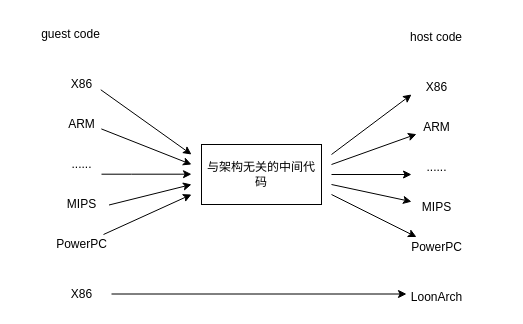
ganjue66da/ganjue66da keeps this draw.io diagram as page "Page-2" (2 of 20) of lajit.drawio. Above is the earlier version. Source tidied: cells renumbered, new cells numbered last; positions are measured from the earlier drawing's top-left corner, leaving out a move shared by most shapes. Both pictures are drawn from the tidied source at 100%, with x=0, y=0 at pixel (35, 22).
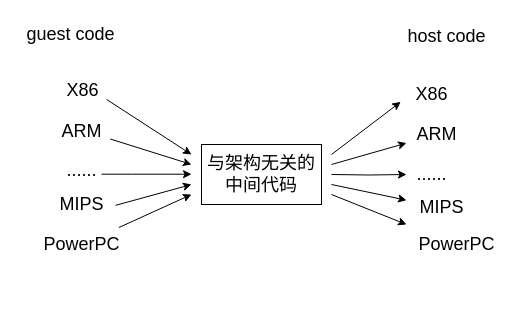
The same page after the edit.

Diff of the diagram source:
```diff
@@
-    <mxCell id="2" value="guest code" style="text;html=1;align=center;verticalAlign=middle;strokeColor=none;fillColor=none;" parent="1" vertex="1">
-      <mxGeometry y="2" width="70" height="20" as="geometry" />
+    <mxCell id="2" value="&lt;font style=&quot;font-size: 18px;&quot;&gt;guest code&lt;/font&gt;" style="text;html=1;align=center;verticalAlign=middle;strokeColor=none;fillColor=none;" parent="1" vertex="1">
+      <mxGeometry x="-18" y="-5" width="106" height="34" as="geometry" />
     </mxCell>
-    <mxCell id="3" value="host code" style="text;html=1;strokeColor=none;fillColor=none;align=center;verticalAlign=middle;whiteSpace=wrap;rounded=0;" parent="1" vertex="1">
-      <mxGeometry x="371" y="-0.5" width="60" height="30" as="geometry" />
+    <mxCell id="3" value="&lt;font style=&quot;font-size: 18px;&quot;&gt;host code&lt;/font&gt;" style="text;html=1;strokeColor=none;fillColor=none;align=center;verticalAlign=middle;whiteSpace=wrap;rounded=0;" parent="1" vertex="1">
+      <mxGeometry x="366" y="-1" width="91" height="30" as="geometry" />
     </mxCell>
-    <mxCell id="4" value="X86" style="text;html=1;align=center;verticalAlign=middle;points=[];strokeColor=none;fillColor=none;" parent="1" vertex="1">
-      <mxGeometry x="26" y="52" width="40" height="20" as="geometry" />
+    <mxCell id="4" value="&lt;font style=&quot;font-size: 18px;&quot;&gt;X86&lt;/font&gt;" style="text;html=1;align=center;verticalAlign=middle;points=[];strokeColor=none;fillColor=none;" parent="1" vertex="1">
+      <mxGeometry x="22" y="51" width="50" height="34" as="geometry" />
     </mxCell>
-    <mxCell id="5" value="ARM" style="text;html=1;align=center;verticalAlign=middle;points=[];strokeColor=none;fillColor=none;" parent="1" vertex="1">
-      <mxGeometry x="26" y="92" width="40" height="20" as="geometry" />
+    <mxCell id="5" value="&lt;font style=&quot;font-size: 18px;&quot;&gt;ARM&lt;/font&gt;" style="text;html=1;align=center;verticalAlign=middle;points=[];strokeColor=none;fillColor=none;" parent="1" vertex="1">
+      <mxGeometry x="17" y="92" width="58" height="34" as="geometry" />
     </mxCell>
-    <mxCell id="6" value="......" style="text;html=1;align=center;verticalAlign=middle;strokeColor=none;fillColor=none;" parent="1" vertex="1">
-      <mxGeometry x="26" y="132" width="40" height="20" as="geometry" />
+    <mxCell id="6" value="&lt;font style=&quot;font-size: 18px;&quot;&gt;......&lt;/font&gt;" style="text;html=1;align=center;verticalAlign=middle;strokeColor=none;fillColor=none;" parent="1" vertex="1">
+      <mxGeometry x="22" y="131" width="48" height="34" as="geometry" />
     </mxCell>
-    <mxCell id="7" value="MIPS" style="text;html=1;align=center;verticalAlign=middle;points=[];strokeColor=none;fillColor=none;" parent="1" vertex="1">
-      <mxGeometry x="21" y="172" width="50" height="20" as="geometry" />
+    <mxCell id="7" value="&lt;font style=&quot;font-size: 18px;&quot;&gt;MIPS&lt;/font&gt;" style="text;html=1;align=center;verticalAlign=middle;points=[];strokeColor=none;fillColor=none;" parent="1" vertex="1">
+      <mxGeometry x="15" y="165" width="62" height="34" as="geometry" />
     </mxCell>
-    <mxCell id="8" value="PowerPC" style="text;html=1;align=center;verticalAlign=middle;points=[];strokeColor=none;fillColor=none;" parent="1" vertex="1">
-      <mxGeometry x="11" y="212" width="70" height="20" as="geometry" />
+    <mxCell id="8" value="&lt;font style=&quot;font-size: 18px;&quot;&gt;PowerPC&lt;/font&gt;" style="text;html=1;align=center;verticalAlign=middle;points=[];strokeColor=none;fillColor=none;" parent="1" vertex="1">
+      <mxGeometry x="-1" y="205" width="94" height="34" as="geometry" />
     </mxCell>
-    <mxCell id="9" value="X86" style="text;html=1;align=center;verticalAlign=middle;strokeColor=none;fillColor=none;" parent="1" vertex="1">
-      <mxGeometry x="26" y="262" width="40" height="20" as="geometry" />
-    </mxCell>
-    <mxCell id="10" value="X86" style="text;html=1;align=center;verticalAlign=middle;points=[];strokeColor=none;fillColor=none;" parent="1" vertex="1">
-      <mxGeometry x="381" y="54.5" width="40" height="20" as="geometry" />
+    <mxCell id="10" value="&lt;font style=&quot;font-size: 18px;&quot;&gt;X86&lt;/font&gt;" style="text;html=1;align=center;verticalAlign=middle;points=[];strokeColor=none;fillColor=none;" parent="1" vertex="1">
+      <mxGeometry x="366" y="52" width="60" height="40" as="geometry" />
     </mxCell>
-    <mxCell id="11" value="ARM" style="text;html=1;align=center;verticalAlign=middle;points=[];strokeColor=none;fillColor=none;" parent="1" vertex="1">
-      <mxGeometry x="381" y="94.5" width="40" height="20" as="geometry" />
+    <mxCell id="11" value="&lt;font style=&quot;font-size: 18px;&quot;&gt;ARM&lt;/font&gt;" style="text;html=1;align=center;verticalAlign=middle;points=[];strokeColor=none;fillColor=none;" parent="1" vertex="1">
+      <mxGeometry x="371" y="92" width="60" height="40" as="geometry" />
     </mxCell>
-    <mxCell id="12" value="......" style="text;html=1;align=center;verticalAlign=middle;points=[];strokeColor=none;fillColor=none;" parent="1" vertex="1">
-      <mxGeometry x="381" y="134.5" width="40" height="20" as="geometry" />
+    <mxCell id="12" value="&lt;font style=&quot;font-size: 18px;&quot;&gt;......&lt;/font&gt;" style="text;html=1;align=center;verticalAlign=middle;points=[];strokeColor=none;fillColor=none;" parent="1" vertex="1">
+      <mxGeometry x="371" y="132" width="50" height="40" as="geometry" />
     </mxCell>
-    <mxCell id="13" value="MIPS" style="text;html=1;align=center;verticalAlign=middle;points=[];strokeColor=none;fillColor=none;" parent="1" vertex="1">
-      <mxGeometry x="376" y="174.5" width="50" height="20" as="geometry" />
+    <mxCell id="13" value="&lt;font style=&quot;font-size: 18px;&quot;&gt;MIPS&lt;/font&gt;" style="text;html=1;align=center;verticalAlign=middle;points=[];strokeColor=none;fillColor=none;" parent="1" vertex="1">
+      <mxGeometry x="371" y="165" width="70" height="40" as="geometry" />
     </mxCell>
-    <mxCell id="14" value="PowerPC" style="text;html=1;align=center;verticalAlign=middle;points=[];strokeColor=none;fillColor=none;" parent="1" vertex="1">
-      <mxGeometry x="366" y="214.5" width="70" height="20" as="geometry" />
+    <mxCell id="14" value="&lt;font style=&quot;font-size: 18px;&quot;&gt;PowerPC&lt;/font&gt;" style="text;html=1;align=center;verticalAlign=middle;points=[];strokeColor=none;fillColor=none;" parent="1" vertex="1">
+      <mxGeometry x="371" y="202" width="100" height="40" as="geometry" />
     </mxCell>
-    <mxCell id="15" value="LoonArch" style="text;html=1;align=center;verticalAlign=middle;strokeColor=none;fillColor=none;" parent="1" vertex="1">
-      <mxGeometry x="366" y="264.5" width="70" height="20" as="geometry" />
-    </mxCell>
+    <mxCell id="28" style="edgeStyle=orthogonalEdgeStyle;rounded=0;jettySize=auto;html=1;fontSize=18;" parent="1" edge="1" target="12">
+      <mxGeometry relative="1" as="geometry">
+        <mxPoint x="296" y="152" as="sourcePoint" />
+      </mxGeometry>
+    </mxCell>
-    <mxCell id="16" value="与架构无关的中间代码" style="whiteSpace=wrap;html=1;" parent="1" vertex="1">
+    <mxCell id="16" value="&lt;font style=&quot;font-size: 18px;&quot;&gt;与架构无关的中间代码&lt;/font&gt;" style="whiteSpace=wrap;html=1;" parent="1" vertex="1">
       <mxGeometry x="166" y="122" width="120" height="60" as="geometry" />
     </mxCell>
-    <mxCell id="17" style="endArrow=classic;html=1;rounded=0;" parent="1" edge="1">
-      <mxGeometry relative="1" as="geometry">
-        <mxPoint x="76" y="271.5" as="sourcePoint" />
-        <mxPoint x="371" y="271.5" as="targetPoint" />
-      </mxGeometry>
-    </mxCell>
@@
-    <mxCell id="21" style="endArrow=classic;html=1;rounded=0;entryX=-0.125;entryY=0.875;entryDx=0;entryDy=0;entryPerimeter=0;" parent="1" edge="1" target="10">
-      <mxGeometry relative="1" as="geometry">
-        <mxPoint x="296" y="132" as="sourcePoint" />
-      </mxGeometry>
-    </mxCell>
@@
-    <mxCell id="23" style="endArrow=classic;html=1;rounded=0;" parent="1" edge="1">
-      <mxGeometry relative="1" as="geometry">
-        <mxPoint x="296" y="152" as="sourcePoint" />
-        <mxPoint x="376" y="152" as="targetPoint" />
-      </mxGeometry>
-    </mxCell>
@@
+    <mxCell id="29" style="endArrow=classic;html=1;rounded=0;entryX=-0.014;entryY=0.685;entryDx=0;entryDy=0;entryPerimeter=0;" parent="1" edge="1" target="10">
+      <mxGeometry relative="1" as="geometry">
+        <mxPoint x="296" y="132" as="sourcePoint" />
+      </mxGeometry>
+    </mxCell>
```
